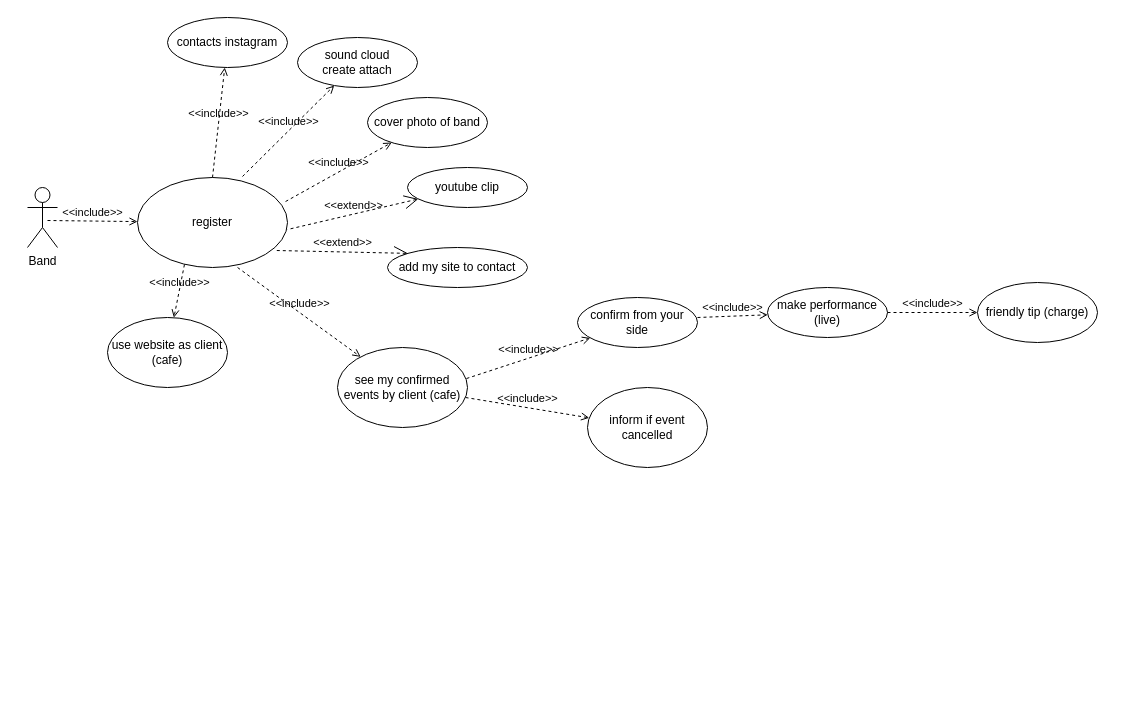
MaksMdmn/FridayNight keeps this draw.io diagram as FridayNightProjectFiles/band.drawio. Above is the earlier version. Source tidied: cells renumbered, new cells numbered last; positions are measured from the earlier drawing's top-left corner, leaving out a move shared by most shapes. Both pictures are drawn from the tidied source at 100%, with x=0, y=0 at pixel (27, 17).
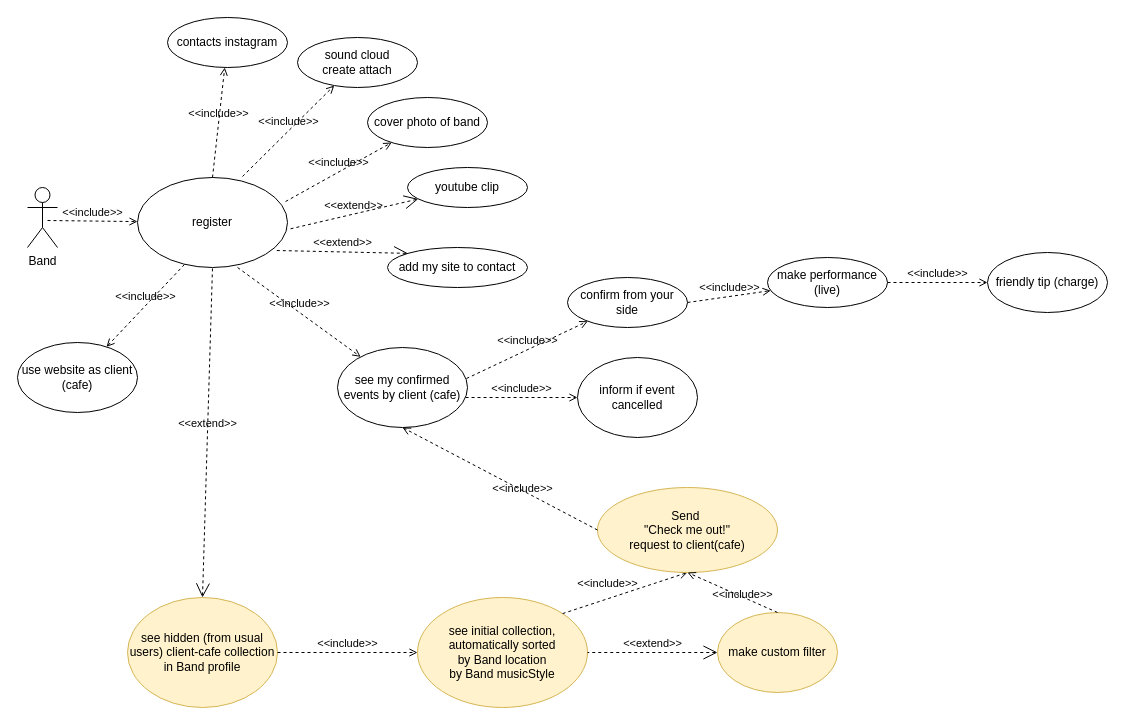
The same page after the edit.

The change refers to these unchanged cells:
```xml
<mxCell id="4" value="register" style="ellipse;whiteSpace=wrap;html=1;" parent="1" vertex="1">
  <mxGeometry x="110" y="160" width="150" height="90" as="geometry" />
</mxCell>
<mxCell id="18" value="see my confirmed events by client (cafe)" style="ellipse;whiteSpace=wrap;html=1;" parent="1" vertex="1">
  <mxGeometry x="310" y="330" width="130" height="80" as="geometry" />
</mxCell>
```

Change to the diagram source:
```diff
@@
     <mxCell id="16" value="use website as client (cafe)" style="ellipse;whiteSpace=wrap;html=1;" parent="1" vertex="1">
-      <mxGeometry x="80" y="300" width="120" height="70" as="geometry" />
+      <mxGeometry x="-10" y="325" width="120" height="70" as="geometry" />
     </mxCell>
@@
     <mxCell id="20" value="confirm from your side" style="ellipse;whiteSpace=wrap;html=1;" parent="1" vertex="1">
-      <mxGeometry x="550" y="280" width="120" height="50" as="geometry" />
+      <mxGeometry x="540" y="260" width="120" height="50" as="geometry" />
     </mxCell>
-    <mxCell id="21" value="&amp;lt;&amp;lt;include&amp;gt;&amp;gt;" style="edgeStyle=none;html=1;endArrow=open;verticalAlign=bottom;dashed=1;labelBackgroundColor=none;" parent="1" edge="1" target="22">
-      <mxGeometry relative="1" as="geometry">
-        <mxPoint x="670" y="300" as="sourcePoint" />
-      </mxGeometry>
+    <mxCell id="21" value="&amp;lt;&amp;lt;include&amp;gt;&amp;gt;" style="edgeStyle=none;html=1;endArrow=open;verticalAlign=bottom;dashed=1;labelBackgroundColor=none;exitX=1;exitY=0.5;exitDx=0;exitDy=0;" parent="1" edge="1" source="20" target="22">
+      <mxGeometry relative="1" as="geometry" />
     </mxCell>
     <mxCell id="22" value="make performance (live)" style="ellipse;whiteSpace=wrap;html=1;" parent="1" vertex="1">
-      <mxGeometry x="740" y="270" width="120" height="50" as="geometry" />
+      <mxGeometry x="740" y="240" width="120" height="50" as="geometry" />
     </mxCell>
@@
     <mxCell id="24" value="friendly tip (charge)" style="ellipse;whiteSpace=wrap;html=1;" parent="1" vertex="1">
-      <mxGeometry x="950" y="265" width="120" height="60" as="geometry" />
+      <mxGeometry x="960" y="235" width="120" height="60" as="geometry" />
     </mxCell>
@@
     <mxCell id="26" value="inform if event cancelled" style="ellipse;whiteSpace=wrap;html=1;" parent="1" vertex="1">
-      <mxGeometry x="560" y="370" width="120" height="80" as="geometry" />
+      <mxGeometry x="550" y="340" width="120" height="80" as="geometry" />
     </mxCell>
+    <mxCell id="27" value="&amp;lt;&amp;lt;extend&amp;gt;&amp;gt;" style="edgeStyle=none;html=1;startArrow=open;endArrow=none;startSize=12;verticalAlign=bottom;dashed=1;labelBackgroundColor=none;entryX=0.5;entryY=1;entryDx=0;entryDy=0;exitX=0.5;exitY=0;exitDx=0;exitDy=0;" parent="1" edge="1" source="28" target="4">
+      <mxGeometry relative="1" as="geometry" />
+    </mxCell>
+    <mxCell id="28" value="see hidden (from usual users) client-cafe collection in Band profile" style="ellipse;whiteSpace=wrap;html=1;fillColor=#fff2cc;strokeColor=#d6b656;" parent="1" vertex="1">
+      <mxGeometry x="100" y="580" width="150" height="110" as="geometry" />
+    </mxCell>
+    <mxCell id="29" value="&amp;lt;&amp;lt;include&amp;gt;&amp;gt;" style="edgeStyle=none;html=1;endArrow=open;verticalAlign=bottom;dashed=1;labelBackgroundColor=none;exitX=1;exitY=0.5;exitDx=0;exitDy=0;entryX=0;entryY=0.5;entryDx=0;entryDy=0;" parent="1" edge="1" source="28" target="30">
+      <mxGeometry relative="1" as="geometry" />
+    </mxCell>
+    <mxCell id="30" value="see initial collection, automatically sorted&lt;br&gt;by Band location&lt;br&gt;by Band musicStyle" style="ellipse;whiteSpace=wrap;html=1;fillColor=#fff2cc;strokeColor=#d6b656;" parent="1" vertex="1">
+      <mxGeometry x="390" y="580" width="170" height="110" as="geometry" />
+    </mxCell>
+    <mxCell id="31" value="&amp;lt;&amp;lt;include&amp;gt;&amp;gt;" style="edgeStyle=none;html=1;endArrow=open;verticalAlign=bottom;dashed=1;labelBackgroundColor=none;exitX=1;exitY=0;exitDx=0;exitDy=0;entryX=0.5;entryY=1;entryDx=0;entryDy=0;" parent="1" edge="1" source="30" target="34">
+      <mxGeometry x="-0.26" y="6" relative="1" as="geometry" />
+    </mxCell>
+    <mxCell id="32" value="&amp;lt;&amp;lt;extend&amp;gt;&amp;gt;" style="edgeStyle=none;html=1;startArrow=open;endArrow=none;startSize=12;verticalAlign=bottom;dashed=1;labelBackgroundColor=none;entryX=1;entryY=0.5;entryDx=0;entryDy=0;exitX=0;exitY=0.5;exitDx=0;exitDy=0;" parent="1" edge="1" source="33" target="30">
+      <mxGeometry relative="1" as="geometry" />
+    </mxCell>
+    <mxCell id="33" value="make custom filter" style="ellipse;whiteSpace=wrap;html=1;fillColor=#fff2cc;strokeColor=#d6b656;" parent="1" vertex="1">
+      <mxGeometry x="690" y="595" width="120" height="80" as="geometry" />
+    </mxCell>
+    <mxCell id="34" value="Send&amp;nbsp;&lt;br&gt;&quot;Check me out!&quot;&lt;br&gt;request to client(cafe)" style="ellipse;whiteSpace=wrap;html=1;fillColor=#fff2cc;strokeColor=#d6b656;" parent="1" vertex="1">
+      <mxGeometry x="570" y="470" width="180" height="85" as="geometry" />
+    </mxCell>
+    <mxCell id="35" value="&amp;lt;&amp;lt;include&amp;gt;&amp;gt;" style="edgeStyle=none;html=1;endArrow=open;verticalAlign=bottom;dashed=1;labelBackgroundColor=none;exitX=0.5;exitY=0;exitDx=0;exitDy=0;entryX=0.5;entryY=1;entryDx=0;entryDy=0;" parent="1" edge="1" source="33" target="34">
+      <mxGeometry x="-0.26" y="6" relative="1" as="geometry" />
+    </mxCell>
+    <mxCell id="36" value="&amp;lt;&amp;lt;include&amp;gt;&amp;gt;" style="edgeStyle=none;html=1;endArrow=open;verticalAlign=bottom;dashed=1;labelBackgroundColor=none;exitX=0;exitY=0.5;exitDx=0;exitDy=0;entryX=0.5;entryY=1;entryDx=0;entryDy=0;" parent="1" edge="1" source="34" target="18">
+      <mxGeometry x="-0.26" y="6" relative="1" as="geometry" />
+    </mxCell>
```
